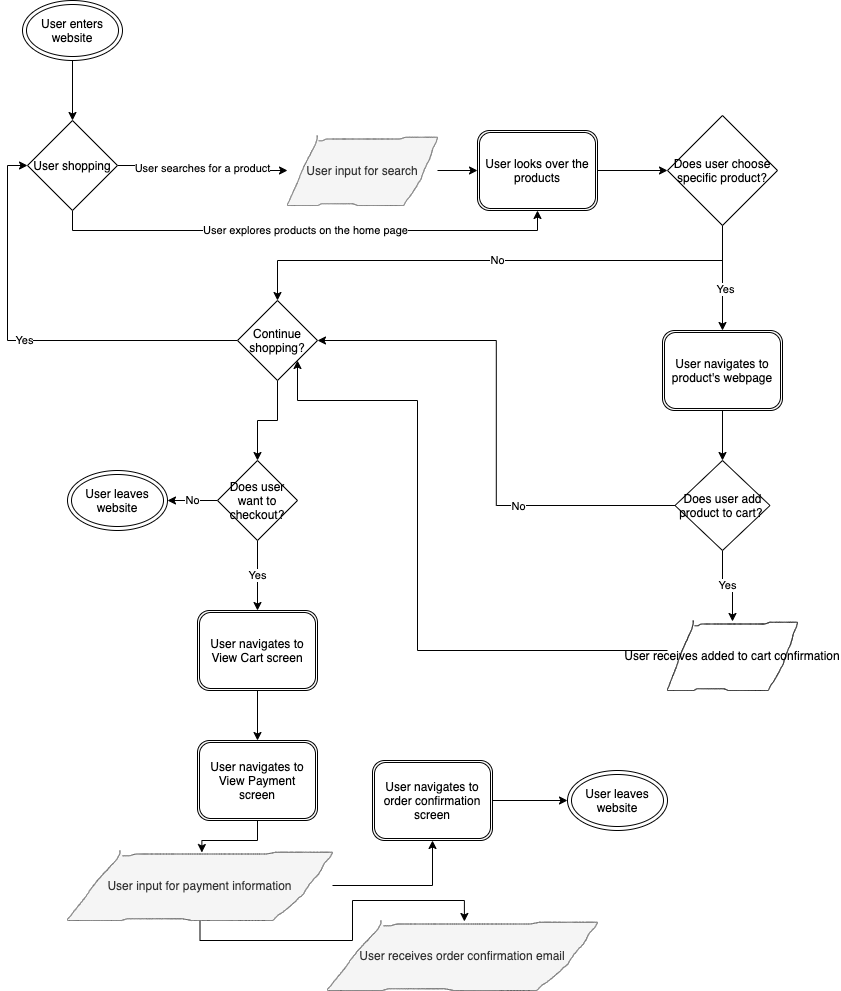
Earlier version of the draw.io export explore/diagramming/diagram.drawio.png (justinnguyen0/fa21-cse110-lab4). Source tidied: cells renumbered, new cells last; positions are measured from the earlier drawing's top-left corner, leaving out a move shared by most shapes.
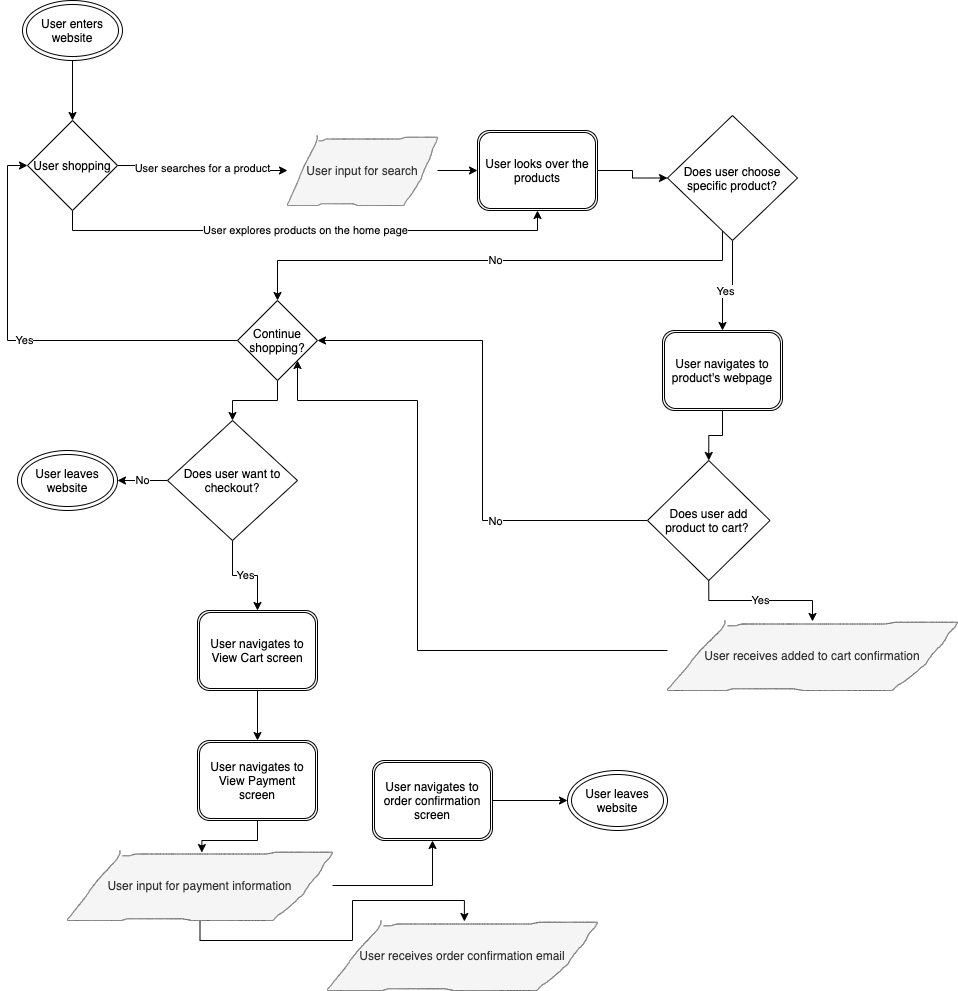
Above is the later version.

Commit message:
modifying diagram

What changed in the source:
```diff
@@ -44,7 +44,7 @@
       <mxGeometry x="0.2" y="2" relative="1" as="geometry" />
     </mxCell>
     <mxCell id="14" value="Does user choose specific product?" style="rhombus;whiteSpace=wrap;html=1;" parent="1" vertex="1">
-      <mxGeometry x="645" y="115" width="110" height="110" as="geometry" />
+      <mxGeometry x="645" y="115" width="130" height="125" as="geometry" />
     </mxCell>
     <mxCell id="15" value="Yes" style="edgeStyle=orthogonalEdgeStyle;rounded=0;jettySize=auto;html=1;exitX=0;exitY=0.5;exitDx=0;exitDy=0;entryX=0;entryY=0.5;entryDx=0;entryDy=0;" parent="1" edge="1" source="17" target="6">
       <mxGeometry relative="1" as="geometry" />
@@ -73,7 +73,7 @@
       <mxGeometry relative="1" as="geometry" />
     </mxCell>
     <mxCell id="23" value="Does user add product to cart?&amp;nbsp;" style="rhombus;whiteSpace=wrap;html=1;" parent="1" vertex="1">
-      <mxGeometry x="652.5" y="460" width="95" height="90" as="geometry" />
+      <mxGeometry x="625" y="460" width="122.5" height="120" as="geometry" />
     </mxCell>
     <mxCell id="24" style="edgeStyle=orthogonalEdgeStyle;rounded=0;jettySize=auto;html=1;entryX=1;entryY=1;entryDx=0;entryDy=0;" parent="1" edge="1" source="25" target="17">
       <mxGeometry relative="1" as="geometry">
@@ -84,8 +84,8 @@
         </Array>
       </mxGeometry>
     </mxCell>
-    <mxCell id="25" value="User receives added to cart confirmation" style="shape=(stored shape, 4872 characters);fillColor=none;" parent="1" vertex="1">
-      <mxGeometry x="645" y="620" width="130" height="70" as="geometry" />
+    <mxCell id="25" value="User receives added to cart confirmation" style="shape=(stored shape, 4872 characters);fillColor=#f5f5f5;strokeColor=#666666;fontColor=#333333;" parent="1" vertex="1">
+      <mxGeometry x="645" y="620" width="290" height="70" as="geometry" />
     </mxCell>
     <mxCell id="26" value="No" style="edgeStyle=orthogonalEdgeStyle;rounded=0;jettySize=auto;html=1;entryX=1;entryY=0.5;entryDx=0;entryDy=0;" parent="1" edge="1" source="28" target="29">
       <mxGeometry relative="1" as="geometry" />
@@ -94,10 +94,10 @@
       <mxGeometry relative="1" as="geometry" />
     </mxCell>
     <mxCell id="28" value="Does user want to checkout?" style="rhombus;whiteSpace=wrap;html=1;" parent="1" vertex="1">
-      <mxGeometry x="195" y="460" width="80" height="80" as="geometry" />
+      <mxGeometry x="145" y="420" width="130" height="120" as="geometry" />
     </mxCell>
     <mxCell id="29" value="User leaves website" style="ellipse;shape=doubleEllipse;whiteSpace=wrap;html=1;" parent="1" vertex="1">
-      <mxGeometry x="45" y="470" width="100" height="60" as="geometry" />
+      <mxGeometry x="-5" y="450" width="100" height="60" as="geometry" />
     </mxCell>
     <mxCell id="30" style="edgeStyle=orthogonalEdgeStyle;rounded=0;jettySize=auto;html=1;entryX=0.5;entryY=0;entryDx=0;entryDy=0;" parent="1" edge="1" source="31" target="33">
       <mxGeometry relative="1" as="geometry" />
```
